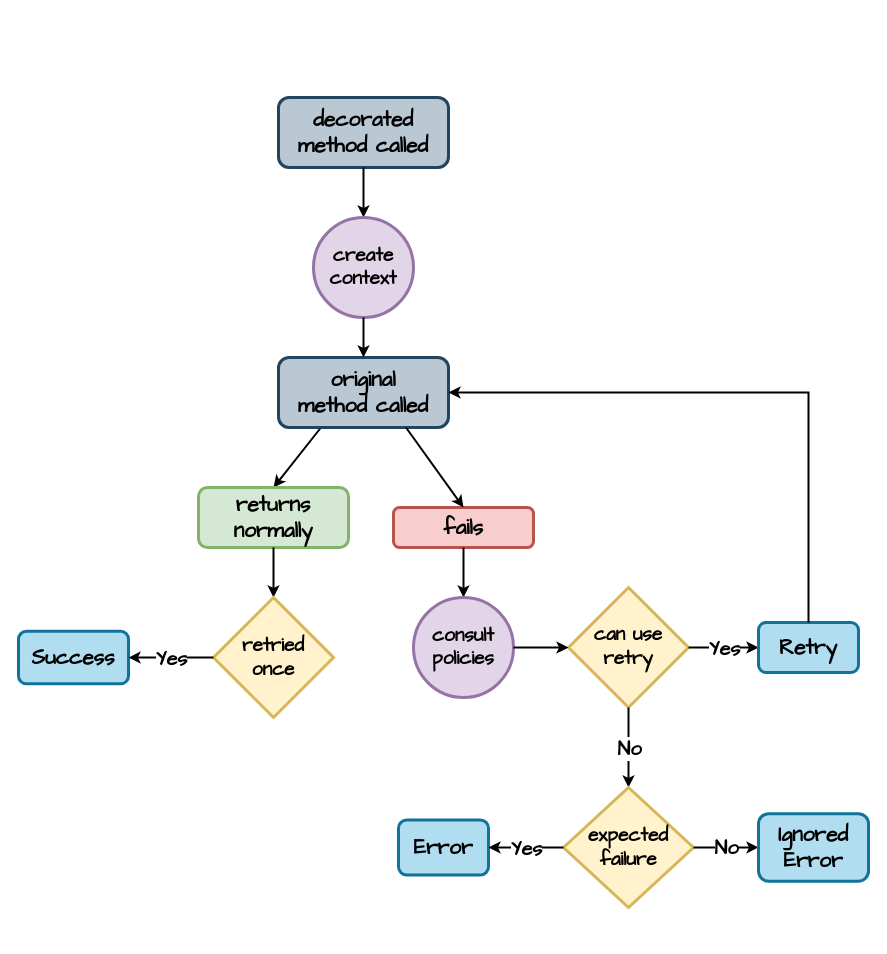
Above: page "retry-execution-flow" (2 of 14) of docs/drawio/kresil-diagrams.drawio in kresil/project-documentation (draw.io), before the change. Source tidied: cells renumbered, new cells numbered last; positions are measured from the earlier drawing's top-left corner, leaving out a move shared by most shapes. Both pictures are drawn from the tidied source at 100%, with x=0, y=0 at pixel (18, 97).
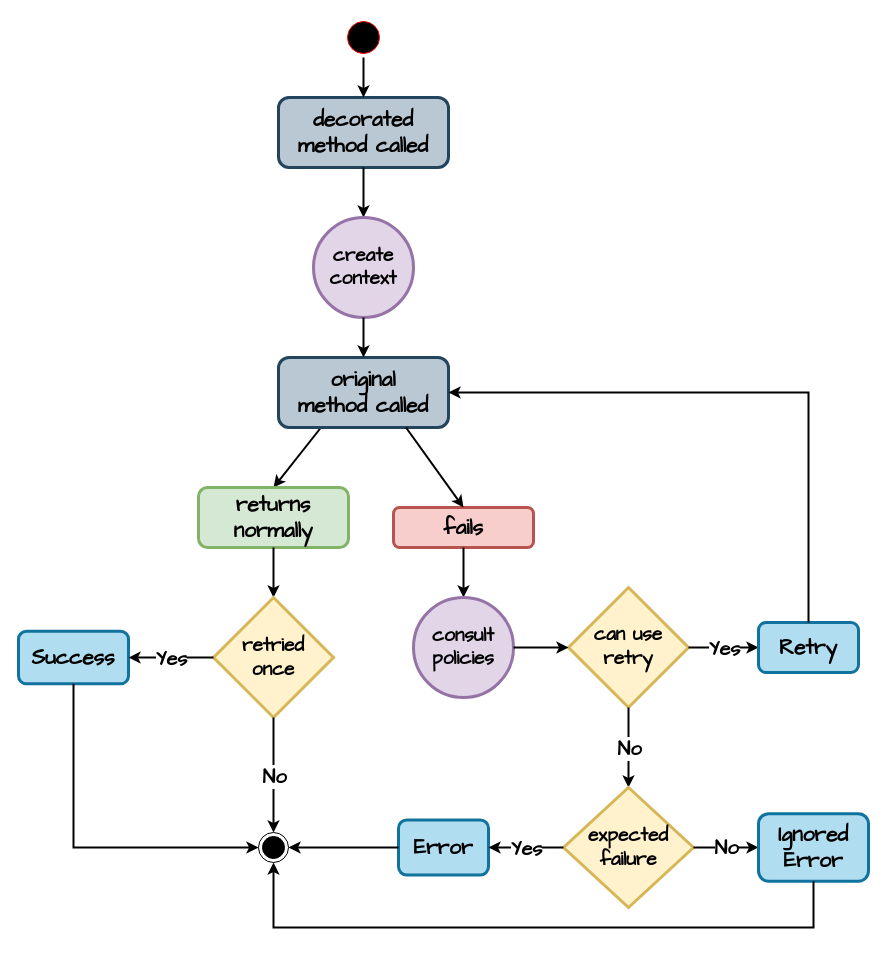
After the change.

Unchanged cells that the change refers to:
```xml
<mxCell id="2" value="&lt;font face=&quot;Comic Sans MS&quot;&gt;&lt;span style=&quot;font-size: 21px;&quot;&gt;&lt;b&gt;Error&lt;/b&gt;&lt;/span&gt;&lt;/font&gt;" style="rounded=1;whiteSpace=wrap;html=1;fillColor=#b1ddf0;strokeColor=#10739e;strokeWidth=3;" parent="1" vertex="1">
  <mxGeometry x="380" y="722.5" width="90" height="55" as="geometry" />
</mxCell>
<mxCell id="3" value="&lt;font face=&quot;Comic Sans MS&quot;&gt;&lt;span style=&quot;font-size: 21px;&quot;&gt;&lt;b&gt;decorated&lt;br&gt;method called&lt;/b&gt;&lt;/span&gt;&lt;/font&gt;" style="rounded=1;whiteSpace=wrap;html=1;fillColor=#bac8d3;strokeColor=#23445d;strokeWidth=3;" parent="1" vertex="1">
  <mxGeometry x="260" width="170" height="70" as="geometry" />
</mxCell>
<mxCell id="10" value="&lt;div style=&quot;font-size: 19px;&quot;&gt;&lt;font style=&quot;font-size: 19px;&quot; face=&quot;Comic Sans MS&quot;&gt;&lt;b style=&quot;&quot;&gt;retried&lt;/b&gt;&lt;/font&gt;&lt;/div&gt;&lt;div style=&quot;font-size: 19px;&quot;&gt;&lt;font style=&quot;font-size: 19px;&quot; face=&quot;Comic Sans MS&quot;&gt;&lt;b style=&quot;&quot;&gt;once&lt;/b&gt;&lt;/font&gt;&lt;/div&gt;" style="rhombus;whiteSpace=wrap;html=1;fillColor=#fff2cc;strokeColor=#d6b656;strokeWidth=3;" parent="1" vertex="1">
  <mxGeometry x="195" y="500" width="120" height="120" as="geometry" />
</mxCell>
<mxCell id="11" value="&lt;font face=&quot;Comic Sans MS&quot;&gt;&lt;span style=&quot;font-size: 21px;&quot;&gt;&lt;b&gt;Success&lt;/b&gt;&lt;/span&gt;&lt;/font&gt;" style="rounded=1;whiteSpace=wrap;html=1;fillColor=#b1ddf0;strokeColor=#10739e;strokeWidth=3;" parent="1" vertex="1">
  <mxGeometry y="533.8" width="110" height="52.5" as="geometry" />
</mxCell>
<mxCell id="32" value="&lt;font face=&quot;Comic Sans MS&quot;&gt;&lt;span style=&quot;font-size: 21px;&quot;&gt;&lt;b&gt;Ignored&lt;br&gt;Error&lt;/b&gt;&lt;/span&gt;&lt;/font&gt;" style="rounded=1;whiteSpace=wrap;html=1;fillColor=#b1ddf0;strokeColor=#10739e;strokeWidth=3;" parent="1" vertex="1">
  <mxGeometry x="740" y="716.2" width="110" height="67.5" as="geometry" />
</mxCell>
```

What changed in the source:
```diff
@@
+    <mxCell id="33" style="endArrow=classic;html=1;rounded=0;exitX=0.5;exitY=1;exitDx=0;exitDy=0;strokeWidth=2;entryX=0.5;entryY=0;entryDx=0;entryDy=0;" parent="1" edge="1" source="10" target="35">
+      <mxGeometry relative="1" as="geometry" />
+    </mxCell>
+    <mxCell id="34" value="&lt;b&gt;&lt;font style=&quot;font-size: 20px;&quot;&gt;No&lt;/font&gt;&lt;/b&gt;" style="edgeLabel;html=1;align=center;verticalAlign=middle;fontFamily=Comic Sans MS;fontSize=14;" parent="33" vertex="1">
+      <mxGeometry relative="1" as="geometry" />
+    </mxCell>
+    <mxCell id="35" style="ellipse;html=1;shape=endState;fillColor=strokeColor;" parent="1" vertex="1">
+      <mxGeometry x="240" y="735" width="30" height="30" as="geometry" />
+    </mxCell>
+    <mxCell id="36" style="ellipse;html=1;shape=startState;fillColor=#000000;strokeColor=#ff0000;" parent="1" vertex="1">
+      <mxGeometry x="325" y="-80" width="40" height="40" as="geometry" />
+    </mxCell>
+    <mxCell id="37" style="endArrow=classic;html=1;rounded=0;exitX=0;exitY=0.5;exitDx=0;exitDy=0;entryX=1;entryY=0.5;entryDx=0;entryDy=0;strokeWidth=2;" parent="1" edge="1" source="2" target="35">
+      <mxGeometry relative="1" as="geometry" />
+    </mxCell>
+    <mxCell id="38" style="endArrow=classic;html=1;rounded=0;exitX=0.5;exitY=1;exitDx=0;exitDy=0;entryX=0.5;entryY=1;entryDx=0;entryDy=0;strokeWidth=2;edgeStyle=orthogonalEdgeStyle;" parent="1" edge="1" source="32" target="35">
+      <mxGeometry relative="1" as="geometry">
+        <Array as="points">
+          <mxPoint x="795" y="830" />
+          <mxPoint x="255" y="830" />
+        </Array>
+      </mxGeometry>
+    </mxCell>
+    <mxCell id="39" style="endArrow=classic;html=1;rounded=0;exitX=0.5;exitY=1;exitDx=0;exitDy=0;strokeWidth=2;entryX=0.5;entryY=0;entryDx=0;entryDy=0;" parent="1" edge="1" source="36" target="3">
+      <mxGeometry relative="1" as="geometry" />
+    </mxCell>
+    <mxCell id="40" style="endArrow=classic;html=1;rounded=0;exitX=0.5;exitY=1;exitDx=0;exitDy=0;entryX=0;entryY=0.5;entryDx=0;entryDy=0;strokeWidth=2;edgeStyle=orthogonalEdgeStyle;" parent="1" edge="1" source="11" target="35">
+      <mxGeometry relative="1" as="geometry" />
+    </mxCell>
```
